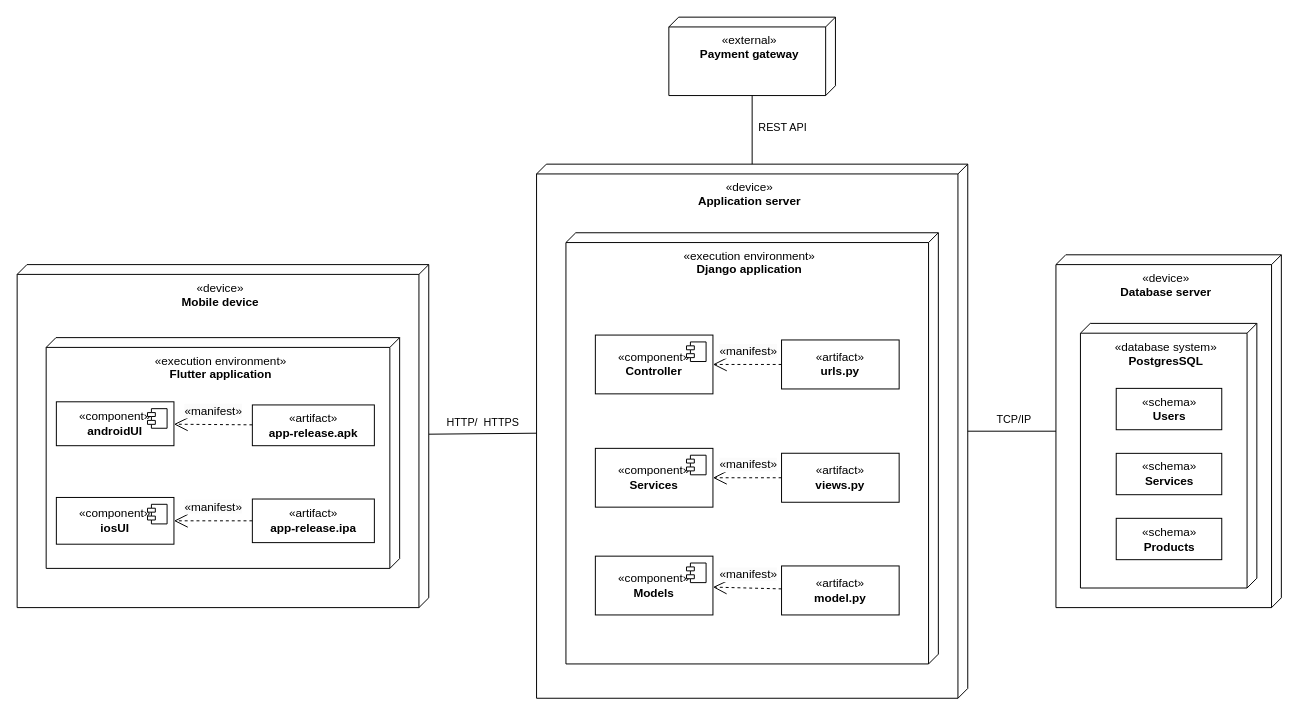
Earlier version of the draw.io diagram pet-spa-deployment-diagram.drawio (blueonline07/auth-demo). Source tidied: cells renumbered, new cells numbered last; positions are measured from the earlier drawing's top-left corner, leaving out a move shared by most shapes. Both pictures are drawn from the tidied source at 98%, with x=0, y=0 at pixel (17, 17).
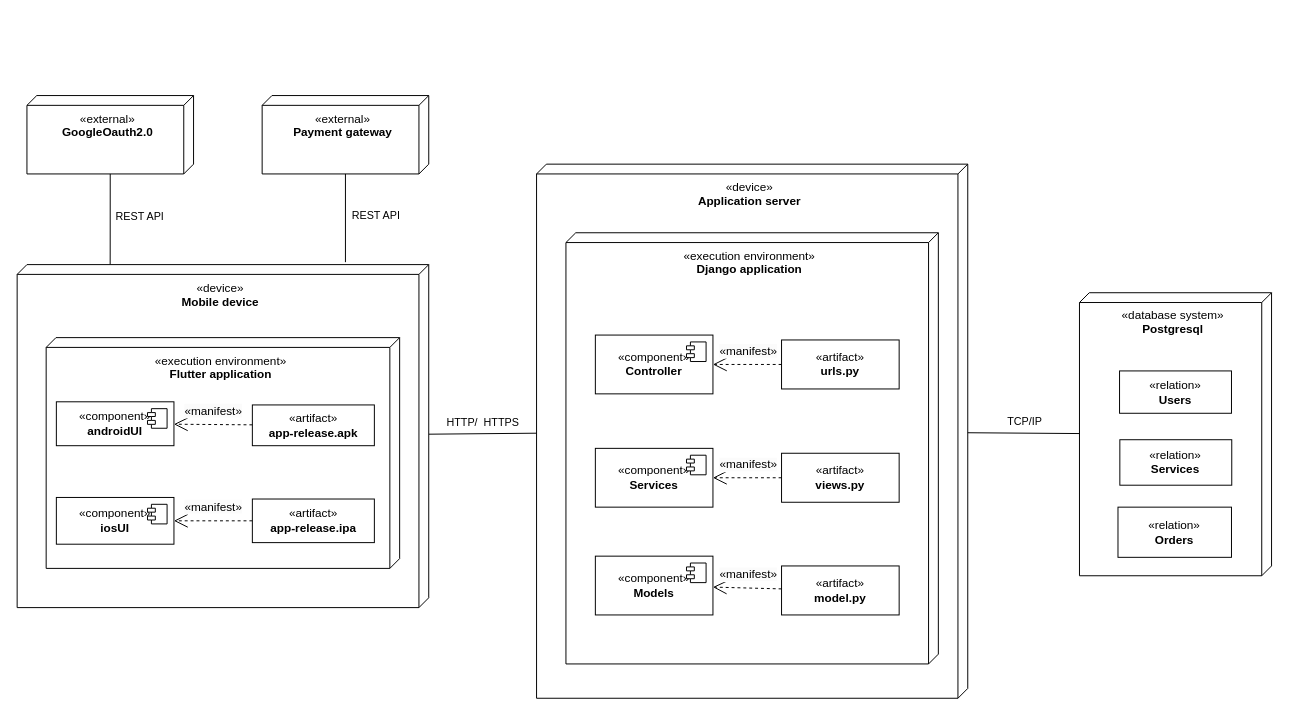
Above is the later version.

Unchanged cells that the change refers to:
```xml
<mxCell id="7" value="&lt;span style=&quot;&quot;&gt;«device»&lt;/span&gt;&lt;br style=&quot;&quot;&gt;&lt;div style=&quot;&quot;&gt;&lt;b&gt;Application server&lt;/b&gt;&lt;/div&gt;" style="verticalAlign=top;align=center;shape=cube;size=10;direction=south;fontStyle=0;html=1;boundedLbl=1;spacingLeft=5;whiteSpace=wrap;" parent="1" vertex="1">
  <mxGeometry x="530" y="150" width="440" height="545" as="geometry" />
</mxCell>
<mxCell id="28" value="«device»&lt;br&gt;&lt;div&gt;&lt;b&gt;Mobile device&lt;/b&gt;&lt;/div&gt;" style="verticalAlign=top;align=center;shape=cube;size=10;direction=south;fontStyle=0;html=1;boundedLbl=1;spacingLeft=5;whiteSpace=wrap;" parent="1" vertex="1">
  <mxGeometry y="252.5" width="420" height="350" as="geometry" />
</mxCell>
```

What changed in the source:
```diff
@@
-    <mxCell id="2" value="«device»&lt;br&gt;&lt;div&gt;&lt;b&gt;Database server&lt;/b&gt;&lt;/div&gt;" style="verticalAlign=top;align=center;shape=cube;size=10;direction=south;fontStyle=0;html=1;boundedLbl=1;spacingLeft=5;whiteSpace=wrap;" parent="1" vertex="1">
-      <mxGeometry x="1060" y="242.5" width="230" height="360" as="geometry" />
+    <mxCell id="2" value="«database system»&lt;br&gt;&lt;div&gt;&lt;b&gt;Postgresql&lt;/b&gt;&lt;/div&gt;" style="verticalAlign=top;align=center;shape=cube;size=10;direction=south;fontStyle=0;html=1;boundedLbl=1;spacingLeft=5;whiteSpace=wrap;" parent="1" vertex="1">
+      <mxGeometry x="1084" y="281.2" width="196" height="288.8" as="geometry" />
     </mxCell>
-    <mxCell id="3" value="«database system»&lt;br&gt;&lt;div&gt;&lt;b&gt;PostgresSQL&lt;/b&gt;&lt;/div&gt;" style="verticalAlign=top;align=center;shape=cube;size=10;direction=south;html=1;boundedLbl=1;spacingLeft=5;whiteSpace=wrap;" parent="2" vertex="1">
-      <mxGeometry width="180" height="270" relative="1" as="geometry">
-        <mxPoint x="25" y="70" as="offset" />
-      </mxGeometry>
-    </mxCell>
-    <mxCell id="4" value="«schema»&lt;br&gt;&lt;b&gt;Users&lt;/b&gt;" style="html=1;whiteSpace=wrap;" parent="2" vertex="1">
-      <mxGeometry x="61.5" y="136.3" width="107.7" height="42.2" as="geometry" />
+    <mxCell id="4" value="«relation»&lt;br&gt;&lt;b&gt;Users&lt;/b&gt;" style="html=1;whiteSpace=wrap;" parent="2" vertex="1">
+      <mxGeometry x="40.9" y="79.8" width="114.2" height="43.2" as="geometry" />
     </mxCell>
-    <mxCell id="5" value="«schema»&lt;br&gt;&lt;b&gt;Services&lt;/b&gt;" style="html=1;whiteSpace=wrap;" parent="2" vertex="1">
-      <mxGeometry x="61.5" y="202.6" width="107.7" height="42.2" as="geometry" />
+    <mxCell id="5" value="«relation»&lt;br&gt;&lt;b&gt;Services&lt;/b&gt;" style="html=1;whiteSpace=wrap;" parent="2" vertex="1">
+      <mxGeometry x="41.2" y="150" width="114.2" height="46.4" as="geometry" />
     </mxCell>
-    <mxCell id="6" value="«schema»&lt;br&gt;&lt;b&gt;Products&lt;/b&gt;" style="html=1;whiteSpace=wrap;" parent="2" vertex="1">
-      <mxGeometry x="61.5" y="268.9" width="107.7" height="42.2" as="geometry" />
+    <mxCell id="6" value="«relation»&lt;br&gt;&lt;b&gt;Orders&lt;/b&gt;" style="html=1;whiteSpace=wrap;" parent="2" vertex="1">
+      <mxGeometry x="39.3" y="218.8" width="115.8" height="51.2" as="geometry" />
     </mxCell>
@@
     <mxCell id="40" value="«external»&lt;br&gt;&lt;div&gt;&lt;b&gt;Payment gateway&lt;/b&gt;&lt;/div&gt;" style="verticalAlign=top;align=center;shape=cube;size=10;direction=south;fontStyle=0;html=1;boundedLbl=1;spacingLeft=5;whiteSpace=wrap;" parent="1" vertex="1">
-      <mxGeometry x="665" width="170" height="80" as="geometry" />
+      <mxGeometry x="250" y="80" width="170" height="80" as="geometry" />
     </mxCell>
-    <mxCell id="41" style="endArrow=none;html=1;rounded=0;" parent="1" edge="1" source="40" target="7">
-      <mxGeometry relative="1" as="geometry" />
+    <mxCell id="41" style="endArrow=none;html=1;rounded=0;" parent="1" edge="1" source="40">
+      <mxGeometry relative="1" as="geometry">
+        <mxPoint x="335" y="250" as="targetPoint" />
+      </mxGeometry>
     </mxCell>
@@
+    <mxCell id="43" value="«external»&lt;br&gt;&lt;div&gt;&lt;b&gt;GoogleOauth2.0&lt;/b&gt;&lt;/div&gt;" style="verticalAlign=top;align=center;shape=cube;size=10;direction=south;fontStyle=0;html=1;boundedLbl=1;spacingLeft=5;whiteSpace=wrap;" parent="1" vertex="1">
+      <mxGeometry x="10" y="80" width="170" height="80" as="geometry" />
+    </mxCell>
+    <mxCell id="44" style="endArrow=none;html=1;rounded=0;entryX=-0.001;entryY=0.774;entryDx=0;entryDy=0;entryPerimeter=0;" parent="1" edge="1" source="43" target="28">
+      <mxGeometry relative="1" as="geometry" />
+    </mxCell>
+    <mxCell id="45" value="REST API" style="edgeLabel;html=1;align=center;verticalAlign=middle;" parent="44" vertex="1">
+      <mxGeometry x="-0.07" y="2" relative="1" as="geometry">
+        <mxPoint x="28" y="-1" as="offset" />
+      </mxGeometry>
+    </mxCell>
```
